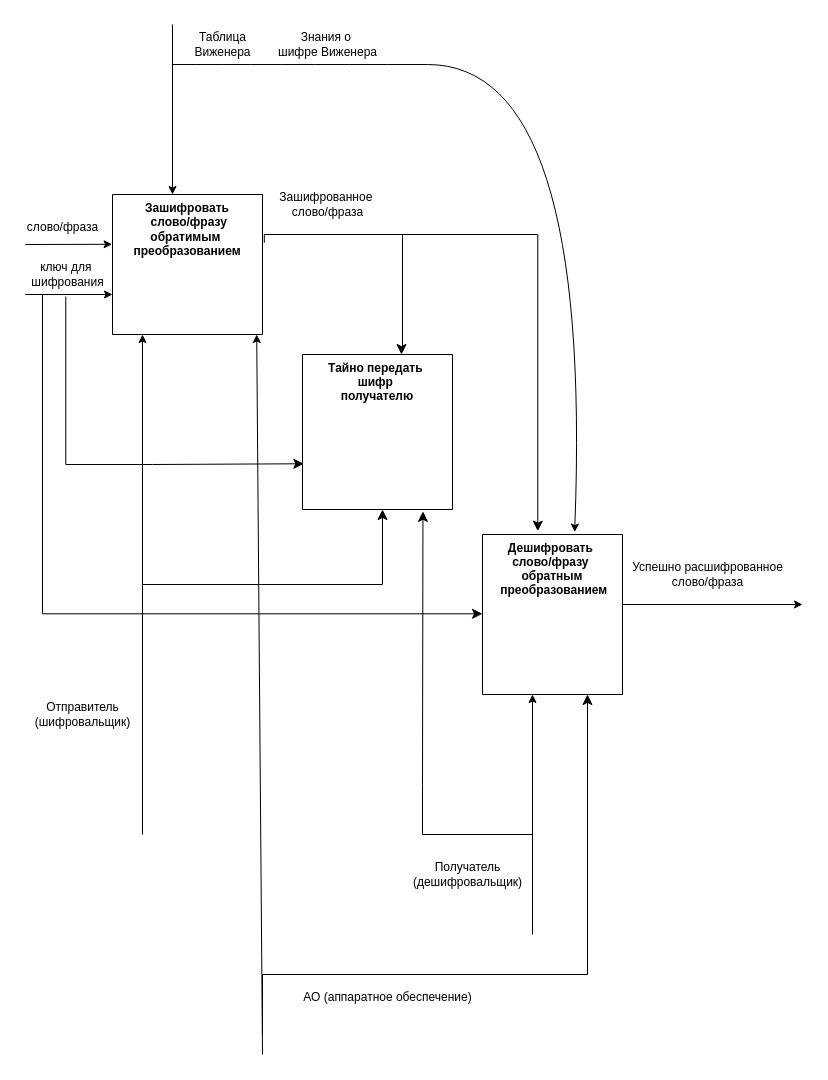
Before: page "IDEF уровень А1" (2 of 2) of Диаграмма без названия.drawio in Epicbro2222/IDEF0-diagram-, a draw.io diagram. Source tidied: cells renumbered, new cells numbered last; positions are measured from the earlier drawing's top-left corner, leaving out a move shared by most shapes. Both pictures are drawn from the tidied source at 100%, with x=0, y=0 at pixel (17, 24).
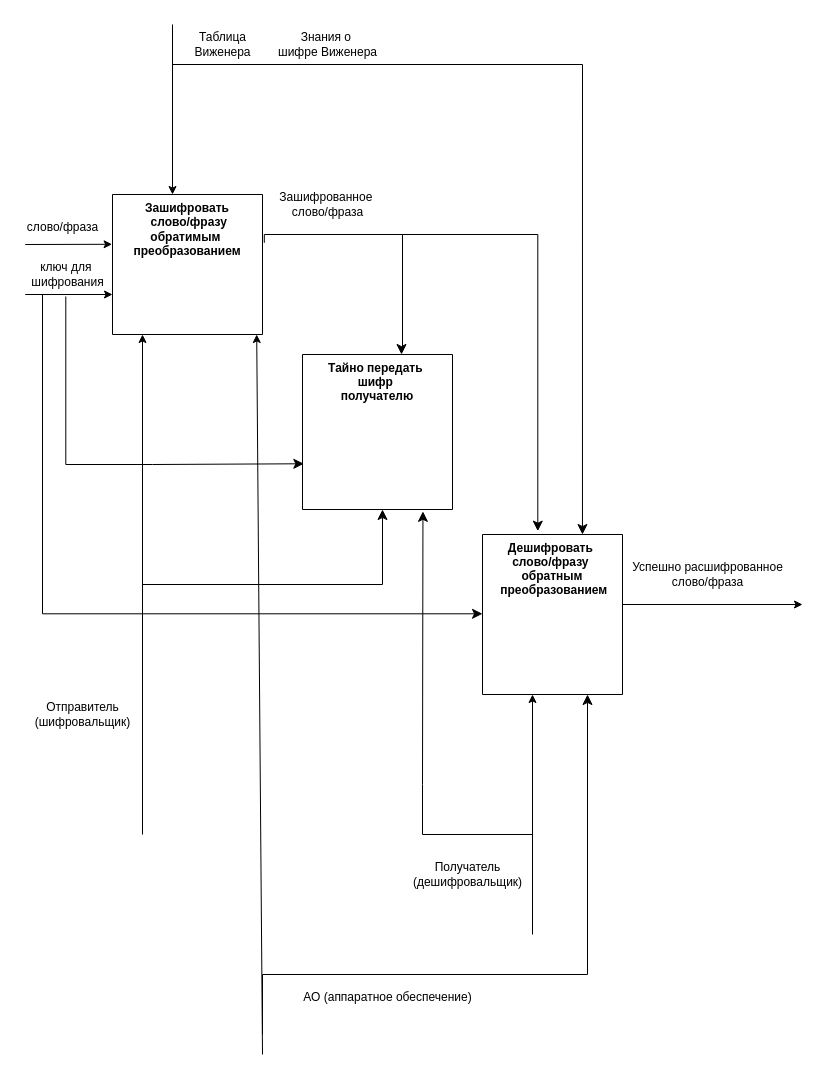
After the change.

The change refers to these unchanged cells:
```xml
<mxCell id="8" value="Дешифровать &#10;слово/фразу &#10;обратным&#10; преобразованием&#10;&#10;" style="swimlane;startSize=0;verticalAlign=top;" parent="1" vertex="1">
  <mxGeometry x="465" y="510" width="140" height="160" as="geometry" />
</mxCell>
```

Diff of the diagram source:
```diff
@@
-    <mxCell id="9" style="curved=1;endArrow=classic;html=1;rounded=0;entryX=0.658;entryY=-0.015;entryDx=0;entryDy=0;entryPerimeter=0;" parent="1" edge="1" target="8">
-      <mxGeometry relative="1" as="geometry">
-        <mxPoint x="155" y="40" as="sourcePoint" />
-        <Array as="points">
-          <mxPoint x="245" y="40" />
-          <mxPoint x="575" y="40" />
-        </Array>
-      </mxGeometry>
-    </mxCell>
@@
+    <mxCell id="29" style="edgeStyle=segmentEdgeStyle;endArrow=classic;html=1;curved=0;rounded=0;endSize=8;startSize=8;entryX=0.714;entryY=0;entryDx=0;entryDy=0;entryPerimeter=0;" parent="1" edge="1" target="8">
+      <mxGeometry relative="1" as="geometry">
+        <mxPoint x="155" y="40" as="sourcePoint" />
+        <Array as="points">
+          <mxPoint x="565" y="40" />
+        </Array>
+      </mxGeometry>
+    </mxCell>
```
